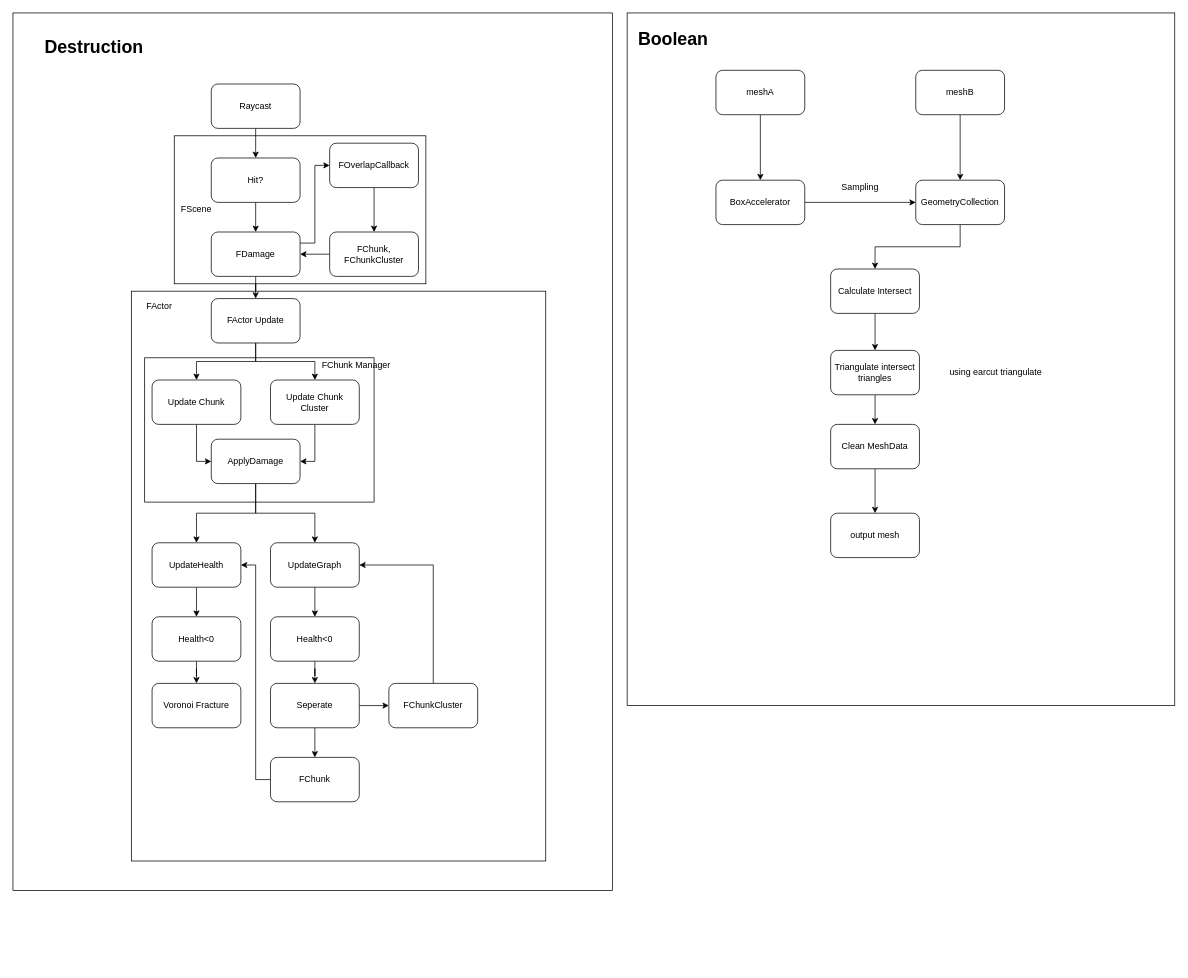
hgl-pong/MyDestruction keeps this draw.io diagram as Diagram.drawio. Above is the earlier version. Source tidied: cells renumbered, new cells numbered last; positions are measured from the earlier drawing's top-left corner, leaving out a move shared by most shapes. Both pictures are drawn from the tidied source at 74%, with x=0, y=0 at pixel (13, 13).
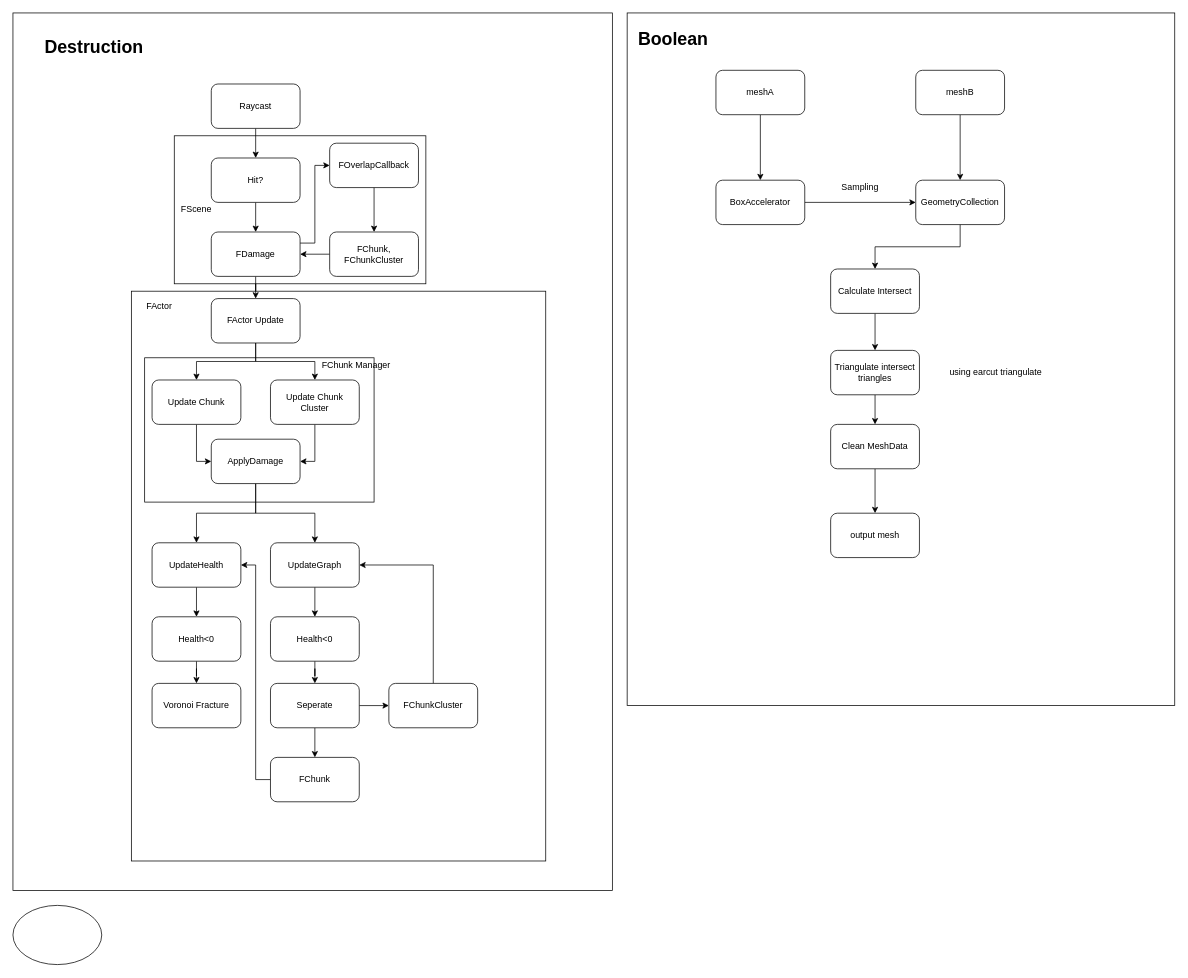
The same page after the edit.

The edit, as a diff of the source:
```diff
@@
+    <mxCell id="66" style="ellipse;whiteSpace=wrap;html=1;" parent="1" vertex="1">
+      <mxGeometry y="1206" width="120" height="80" as="geometry" />
+    </mxCell>
```
